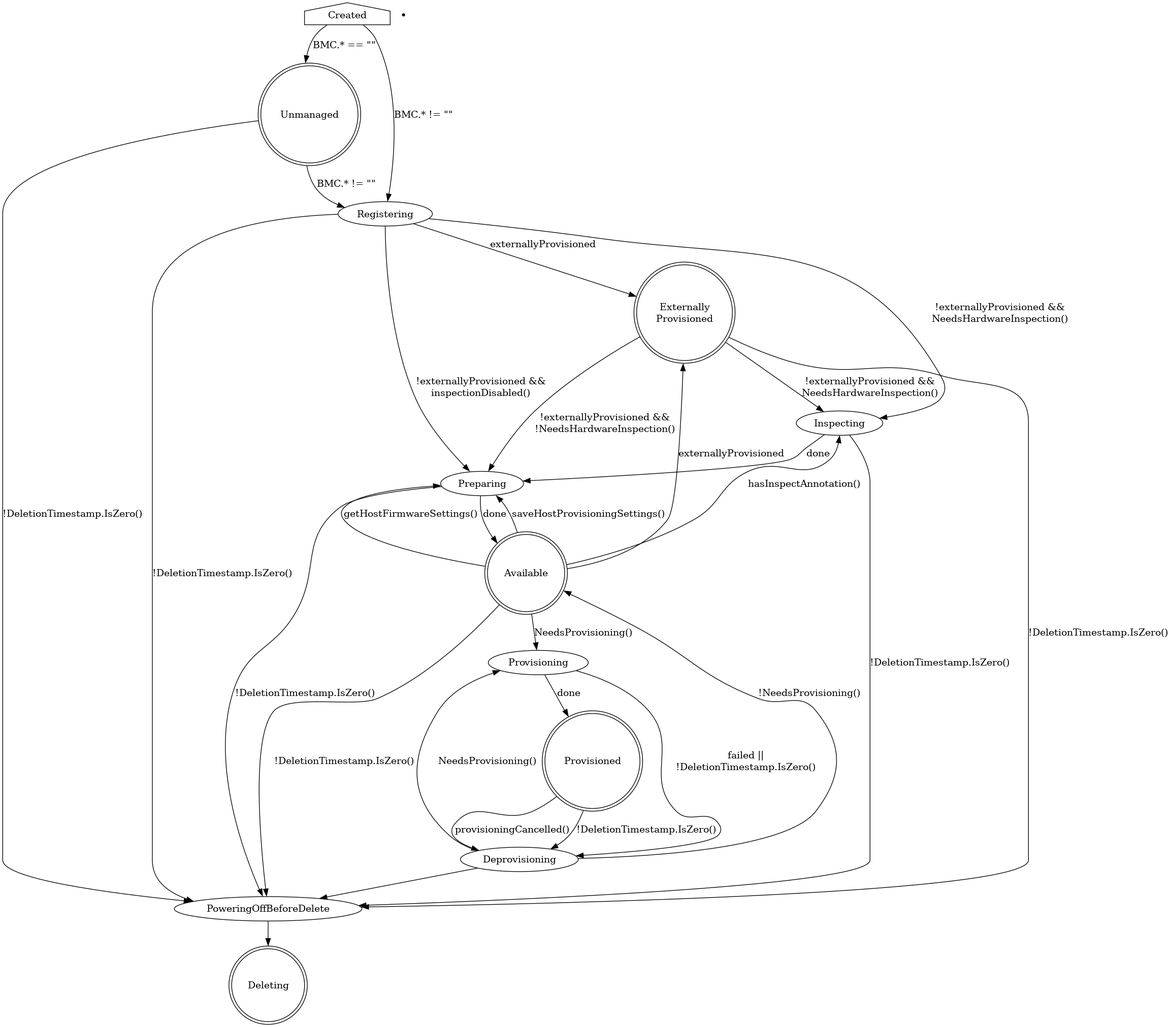
metal3-io/baremetal-operator keeps this Graphviz diagram as docs/BaremetalHost_ProvisioningState.png. Above is the earlier version. Its source is kept beside it as docs/BaremetalHost_ProvisioningState.dot.
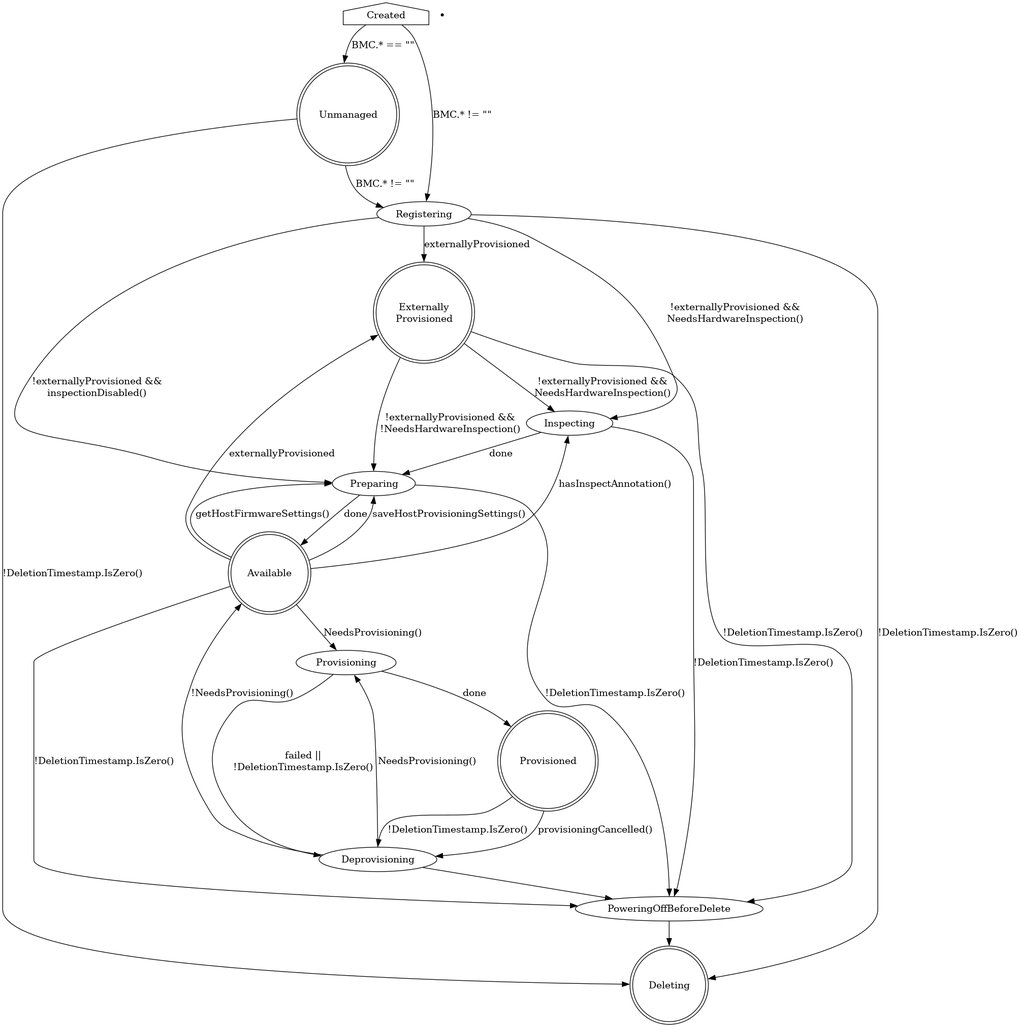
The same diagram one commit later.

The edit, as a diff of the source:
```diff
@@ -5,14 +5,14 @@
 
     Unmanaged [shape=doublecircle]
     Unmanaged -> Registering [label="BMC.* != \"\""]
-    Unmanaged -> PoweringOffBeforeDelete [label="!DeletionTimestamp.IsZero()"]
+    Unmanaged -> Deleting [label="!DeletionTimestamp.IsZero()"]
 
     ExternallyProvisioned [label="Externally\nProvisioned"]
 
     Registering -> Inspecting [label="!externallyProvisioned &&\nNeedsHardwareInspection()"]
     Registering -> Preparing [label="!externallyProvisioned &&\ninspectionDisabled()"]
     Registering -> ExternallyProvisioned [label="externallyProvisioned"]
-    Registering -> PoweringOffBeforeDelete [label="!DeletionTimestamp.IsZero()"]
+    Registering -> Deleting [label="!DeletionTimestamp.IsZero()"]
 
     ExternallyProvisioned -> Inspecting [label="!externallyProvisioned &&\nNeedsHardwareInspection()"]
     ExternallyProvisioned -> Preparing [label="!externallyProvisioned &&\n!NeedsHardwareInspection()"]
```
